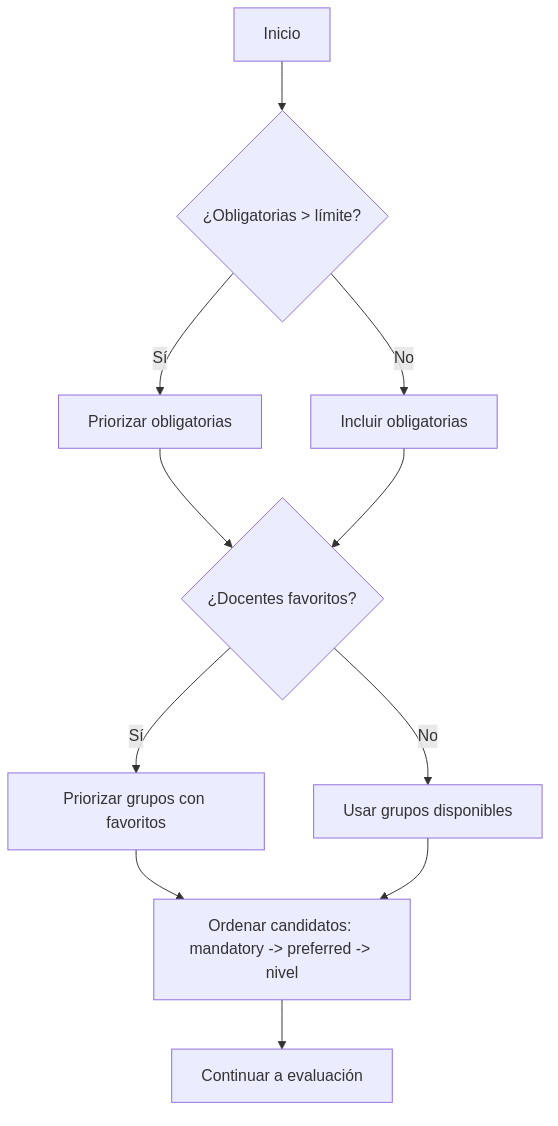
Before: images/diagrams/cap4_f3_decisiones_generador_part1.png, a diagram exported from Mermaid (smith-3/Taller-Grado-II). Its source is kept beside it as images/diagrams/cap4_f3_decisiones_generador_part1.mmd. Source of this version:
```mermaid
flowchart TD
  A[Inicio] --> B{¿Obligatorias > límite?}
  B -->|Sí| C[Priorizar obligatorias]
  B -->|No| D[Incluir obligatorias]

  C --> E{¿Docentes favoritos?}
  D --> E

  E -->|Sí| F[Priorizar grupos con favoritos]
  E -->|No| G[Usar grupos disponibles]

  F --> H[Ordenar candidatos: mandatory -> preferred -> nivel]
  G --> H

  H --> I[Continuar a evaluación]
```
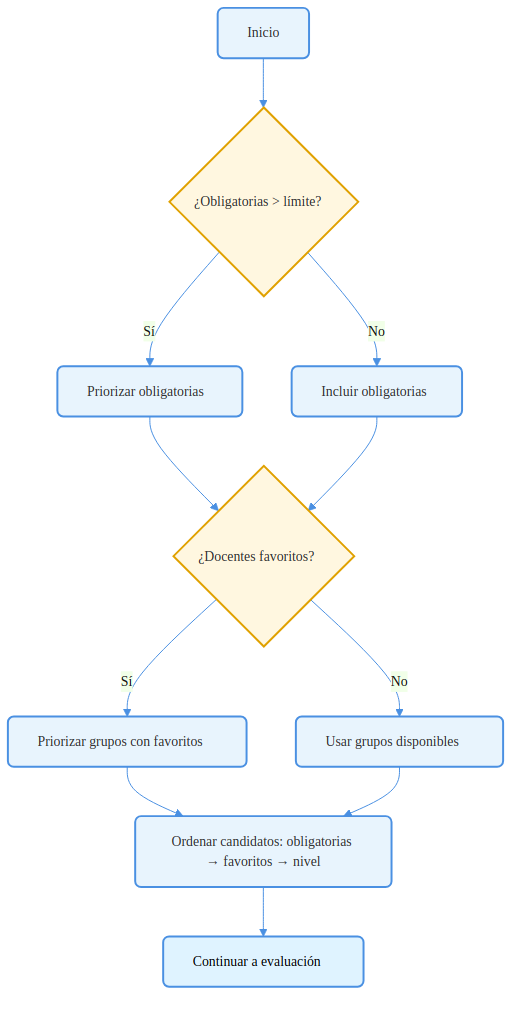
After the commit.

What changed in the source:
```diff
@@ -1,15 +1,41 @@
+%%{init: {
+  "theme": "base",
+  "themeVariables": {
+    "fontFamily": "Arial, sans-serif",
+    "fontSize": "14px",
+    "lineColor": "#4A90E2"
+  }
+}}%%
 flowchart TD
-  A[Inicio] --> B{¿Obligatorias > límite?}
-  B -->|Sí| C[Priorizar obligatorias]
-  B -->|No| D[Incluir obligatorias]
+    A[Inicio]:::step
+    B{¿Obligatorias &gt; límite?}:::decision
 
-  C --> E{¿Docentes favoritos?}
-  D --> E
+    C[Priorizar obligatorias]:::step
+    D[Incluir obligatorias]:::step
 
-  E -->|Sí| F[Priorizar grupos con favoritos]
-  E -->|No| G[Usar grupos disponibles]
+    E{¿Docentes favoritos?}:::decision
 
-  F --> H[Ordenar candidatos: mandatory -> preferred -> nivel]
-  G --> H
+    F[Priorizar grupos con favoritos]:::step
+    G[Usar grupos disponibles]:::step
 
-  H --> I[Continuar a evaluación]
+    H[Ordenar candidatos: obligatorias → favoritos → nivel]:::step
+    I[Continuar a evaluación]:::final
+
+    A --> B
+    B -->|Sí| C
+    B -->|No| D
+
+    C --> E
+    D --> E
+
+    E -->|Sí| F
+    E -->|No| G
+
+    F --> H
+    G --> H
+
+    H --> I
+
+    classDef step fill:#E8F4FD,stroke:#4A90E2,stroke-width:2px,color:#333,rx:6,ry:6;
+    classDef decision fill:#FFF7E0,stroke:#E0A100,stroke-width:2px,color:#333,rx:6,ry:6;
+    classDef final fill:#DFF3FF,stroke:#4A90E2,stroke-width:2px,color:#000,rx:6,ry:6;
```
